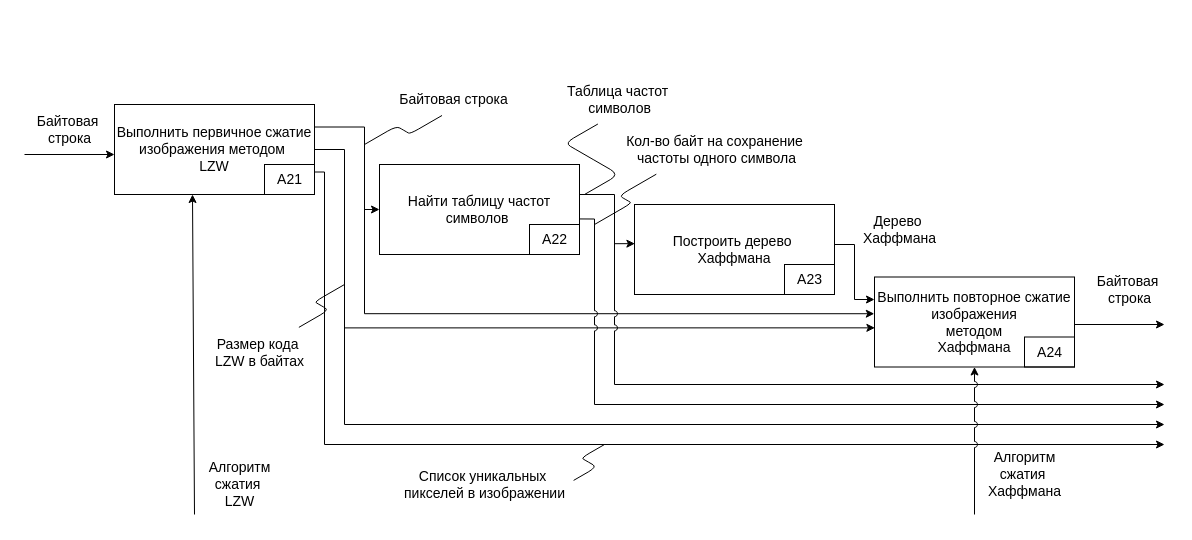
The draw.io diagram docs/schemes/idef0_a2.drawio in kovkir/bmstu-magistracy-diploma, before the edit. Source tidied: cells renumbered, new cells numbered last; positions are measured from the earlier drawing's top-left corner, leaving out a move shared by most shapes. Both pictures are drawn from the tidied source at 100%, with x=0, y=0 at pixel (24, 74).
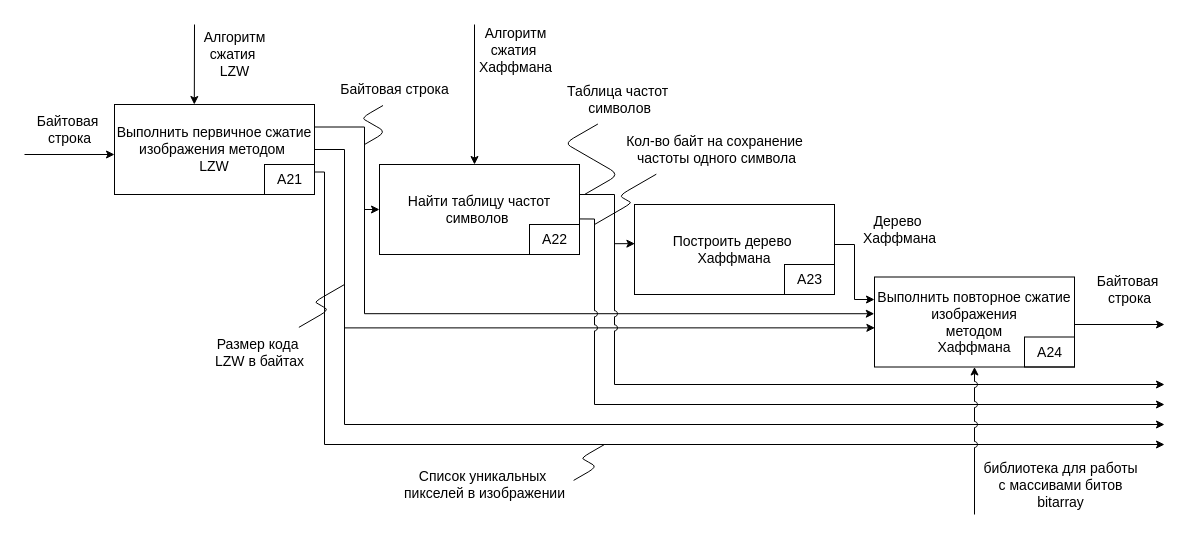
Above is the later version.

The change refers to these unchanged cells:
```xml
<mxCell id="6" value="&lt;span style=&quot;font-size: 14px;&quot;&gt;&lt;font style=&quot;color: rgb(0, 0, 0);&quot;&gt;Выполнить&amp;nbsp;&lt;/font&gt;&lt;font style=&quot;color: rgb(0, 0, 0);&quot;&gt;пе&lt;/font&gt;&lt;font style=&quot;color: rgb(0, 0, 0);&quot;&gt;рвичное сжатие изображения методом&amp;nbsp;&lt;/font&gt;&lt;/span&gt;&lt;div&gt;&lt;span style=&quot;font-size: 14px;&quot;&gt;&lt;font style=&quot;color: rgb(0, 0, 0);&quot;&gt;LZW&lt;/font&gt;&lt;br&gt;&lt;/span&gt;&lt;/div&gt;" style="rounded=0;whiteSpace=wrap;html=1;" parent="1" vertex="1">
  <mxGeometry x="90" y="30" width="200" height="90" as="geometry" />
</mxCell>
```

What changed in the source:
```diff
@@
     <mxCell id="21" value="Байтовая строка" style="text;html=1;align=center;verticalAlign=middle;points=[];strokeColor=none;fillColor=none;fontSize=14;" parent="1" vertex="1">
-      <mxGeometry x="359" y="10" width="140" height="30" as="geometry" />
+      <mxGeometry x="300" width="140" height="30" as="geometry" />
     </mxCell>
@@
-    <mxCell id="34" style="edgeStyle=none;html=1;fontSize=14;endArrow=none;endFill=0;startArrow=classic;startFill=1;jumpStyle=arc;" parent="1" edge="1">
-      <mxGeometry relative="1" as="geometry">
-        <mxPoint x="168" y="120" as="sourcePoint" />
-        <mxPoint x="170" y="440" as="targetPoint" />
-      </mxGeometry>
-    </mxCell>
@@
+    <mxCell id="37" value="&lt;span style=&quot;color: rgb(0, 0, 0);&quot;&gt;библиотека для работы&lt;br&gt;с массивами битов&lt;br&gt;&lt;/span&gt;&lt;div&gt;&lt;span style=&quot;background-color: transparent;&quot;&gt;&lt;font style=&quot;color: rgb(0, 0, 0);&quot;&gt;bitarray&lt;/font&gt;&lt;/span&gt;&lt;/div&gt;" style="text;html=1;align=center;verticalAlign=middle;strokeColor=none;fillColor=none;fontSize=14;" parent="1" vertex="1">
+      <mxGeometry x="946" y="381" width="180" height="60" as="geometry" />
+    </mxCell>
     <mxCell id="36" value="Алгоритм &lt;br&gt;сжатия&amp;nbsp;&lt;div&gt;&lt;font style=&quot;color: rgb(0, 0, 0);&quot;&gt;LZW&lt;/font&gt;&lt;/div&gt;" style="text;html=1;align=center;verticalAlign=middle;strokeColor=none;fillColor=none;fontSize=14;" parent="1" vertex="1">
-      <mxGeometry x="170" y="380" width="90" height="60" as="geometry" />
+      <mxGeometry x="165" y="-50" width="90" height="60" as="geometry" />
     </mxCell>
-    <mxCell id="37" value="Алгоритм&lt;br&gt;сжатия&amp;nbsp;&lt;div&gt;&lt;font style=&quot;color: rgb(0, 0, 0);&quot;&gt;Хаффмана&lt;/font&gt;&lt;/div&gt;" style="text;html=1;align=center;verticalAlign=middle;strokeColor=none;fillColor=none;fontSize=14;" parent="1" vertex="1">
-      <mxGeometry x="950" y="370" width="100" height="60" as="geometry" />
-    </mxCell>
+    <mxCell id="38" value="Алгоритм&lt;br&gt;сжатия&amp;nbsp;&lt;div&gt;&lt;font style=&quot;color: rgb(0, 0, 0);&quot;&gt;Хаффмана&lt;/font&gt;&lt;/div&gt;" style="text;html=1;align=center;verticalAlign=middle;strokeColor=none;fillColor=none;fontSize=14;" parent="1" vertex="1">
+      <mxGeometry x="441" y="-54" width="100" height="60" as="geometry" />
+    </mxCell>
+    <mxCell id="39" style="edgeStyle=none;html=1;fontSize=14;entryX=0.25;entryY=0;entryDx=0;entryDy=0;" parent="1" edge="1">
+      <mxGeometry relative="1" as="geometry">
+        <mxPoint x="450" y="-50" as="sourcePoint" />
+        <mxPoint x="450" y="90" as="targetPoint" />
+      </mxGeometry>
+    </mxCell>
+    <mxCell id="40" style="edgeStyle=none;html=1;fontSize=14;entryX=0.399;entryY=0;entryDx=0;entryDy=0;entryPerimeter=0;" parent="1" edge="1" target="6">
+      <mxGeometry relative="1" as="geometry">
+        <mxPoint x="170" y="-50" as="sourcePoint" />
+      </mxGeometry>
+    </mxCell>
```
